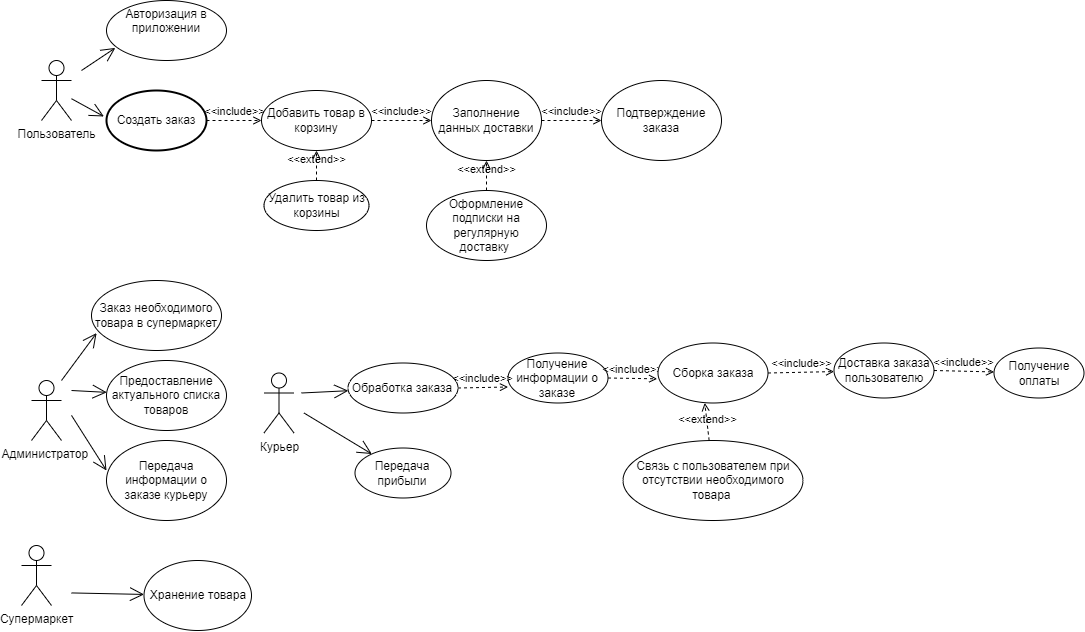
This is Диаграммы/UseCase.png from annanaseek/TP-4.1-1, a draw.io export, as it was before one commit. Source tidied: cells renumbered, new cells last; positions are measured from the earlier drawing's top-left corner, leaving out a move shared by most shapes.
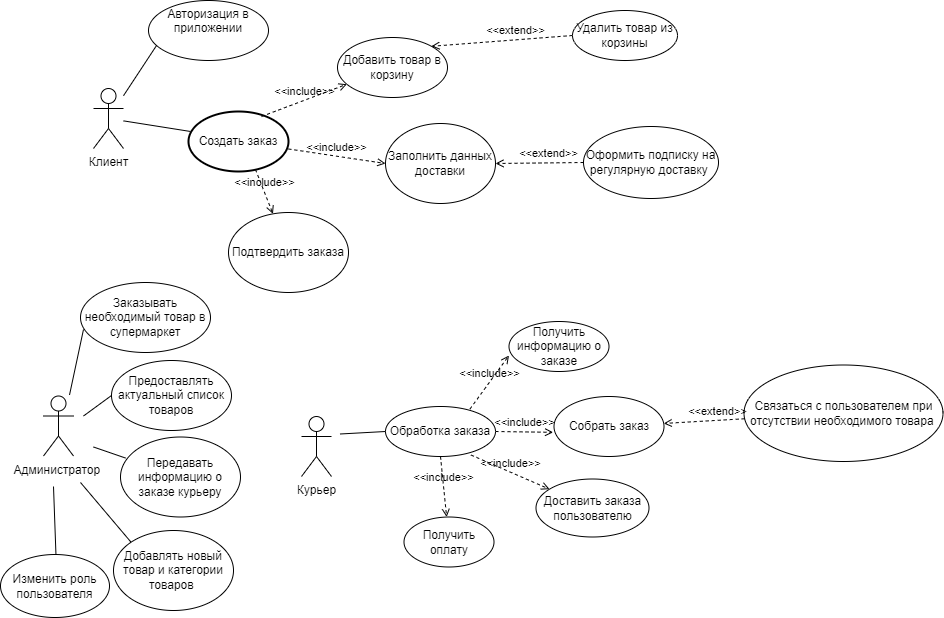
The same diagram one commit later.

Commit message:
Добавление диаграмм

The edit, as a diff of the source:
```diff
@@ -2,139 +2,135 @@
   <root>
     <mxCell id="0" />
     <mxCell id="1" parent="0" />
-    <mxCell id="2" value="Пользователь" style="shape=umlActor;verticalLabelPosition=bottom;verticalAlign=top;html=1;outlineConnect=0;" parent="1" vertex="1">
-      <mxGeometry x="20" y="60" width="30" height="60" as="geometry" />
+    <mxCell id="2" value="Клиент" style="shape=umlActor;verticalLabelPosition=bottom;verticalAlign=top;html=1;outlineConnect=0;" parent="1" vertex="1">
+      <mxGeometry x="70" y="83" width="30" height="60" as="geometry" />
     </mxCell>
     <mxCell id="3" value="Администратор&amp;nbsp;" style="shape=umlActor;verticalLabelPosition=bottom;verticalAlign=top;html=1;" parent="1" vertex="1">
-      <mxGeometry x="10" y="380" width="30" height="60" as="geometry" />
+      <mxGeometry x="20" y="390.5" width="30" height="60" as="geometry" />
     </mxCell>
     <mxCell id="4" value="Авторизация в приложении" style="ellipse;whiteSpace=wrap;html=1;verticalAlign=top;" parent="1" vertex="1">
-      <mxGeometry x="85" width="120" height="60" as="geometry" />
+      <mxGeometry x="125" y="-5" width="120" height="60" as="geometry" />
     </mxCell>
-    <mxCell id="5" style="endArrow=open;endFill=1;endSize=12;html=1;rounded=0;entryX=0.074;entryY=0.79;entryDx=0;entryDy=0;entryPerimeter=0;" parent="1" edge="1" target="4">
-      <mxGeometry relative="1" as="geometry">
-        <mxPoint x="60" y="70" as="sourcePoint" />
-      </mxGeometry>
-    </mxCell>
     <mxCell id="6" value="Создать заказ" style="strokeWidth=2;html=1;shape=mxgraph.flowchart.start_1;whiteSpace=wrap;" parent="1" vertex="1">
-      <mxGeometry x="85" y="90" width="100" height="60" as="geometry" />
+      <mxGeometry x="165" y="106" width="100" height="60" as="geometry" />
     </mxCell>
-    <mxCell id="7" style="endArrow=open;endFill=1;endSize=12;html=1;rounded=0;entryX=-0.026;entryY=0.433;entryDx=0;entryDy=0;entryPerimeter=0;" parent="1" edge="1" source="2" target="6">
-      <mxGeometry relative="1" as="geometry" />
-    </mxCell>
-    <mxCell id="8" value="&amp;lt;&amp;lt;include&amp;gt;&amp;gt;" style="html=1;verticalAlign=bottom;labelBackgroundColor=none;endArrow=open;endFill=0;dashed=1;rounded=0;exitX=1;exitY=0.5;exitDx=0;exitDy=0;exitPerimeter=0;" parent="1" edge="1" source="6" target="9">
+    <mxCell id="8" value="&amp;lt;&amp;lt;include&amp;gt;&amp;gt;" style="html=1;verticalAlign=bottom;labelBackgroundColor=none;endArrow=open;endFill=0;dashed=1;rounded=0;exitX=0.73;exitY=0.083;exitDx=0;exitDy=0;exitPerimeter=0;" parent="1" edge="1" source="6" target="9">
       <mxGeometry relative="1" as="geometry" />
     </mxCell>
     <mxCell id="9" value="Добавить товар в корзину" style="ellipse;whiteSpace=wrap;html=1;" parent="1" vertex="1">
-      <mxGeometry x="240" y="90" width="110" height="60" as="geometry" />
+      <mxGeometry x="314" y="32" width="110" height="60" as="geometry" />
     </mxCell>
-    <mxCell id="10" value="&amp;lt;&amp;lt;extend&amp;gt;&amp;gt;" style="html=1;verticalAlign=bottom;labelBackgroundColor=none;endArrow=open;endFill=0;dashed=1;rounded=0;exitX=0.5;exitY=0;exitDx=0;exitDy=0;entryX=0.5;entryY=1;entryDx=0;entryDy=0;" parent="1" edge="1" source="11" target="9">
+    <mxCell id="10" value="&amp;lt;&amp;lt;extend&amp;gt;&amp;gt;" style="html=1;verticalAlign=bottom;labelBackgroundColor=none;endArrow=open;endFill=0;dashed=1;rounded=0;entryX=1;entryY=0;entryDx=0;entryDy=0;exitX=0;exitY=0.5;exitDx=0;exitDy=0;" parent="1" edge="1" source="11" target="9">
       <mxGeometry x="-0.2" relative="1" as="geometry" />
     </mxCell>
     <mxCell id="11" value="Удалить товар из корзины" style="ellipse;whiteSpace=wrap;html=1;" parent="1" vertex="1">
-      <mxGeometry x="242.5" y="180" width="105" height="50" as="geometry" />
+      <mxGeometry x="549" y="5" width="105" height="50" as="geometry" />
     </mxCell>
-    <mxCell id="12" value="&amp;lt;&amp;lt;include&amp;gt;&amp;gt;" style="html=1;verticalAlign=bottom;labelBackgroundColor=none;endArrow=open;endFill=0;dashed=1;rounded=0;exitX=1;exitY=0.5;exitDx=0;exitDy=0;entryX=0;entryY=0.5;entryDx=0;entryDy=0;" parent="1" edge="1" source="9" target="13">
+    <mxCell id="12" value="&amp;lt;&amp;lt;include&amp;gt;&amp;gt;" style="html=1;verticalAlign=bottom;labelBackgroundColor=none;endArrow=open;endFill=0;dashed=1;rounded=0;entryX=0;entryY=0.5;entryDx=0;entryDy=0;" parent="1" edge="1" source="6" target="13">
       <mxGeometry relative="1" as="geometry" />
     </mxCell>
-    <mxCell id="13" value="Заполнение данных доставки" style="ellipse;whiteSpace=wrap;html=1;" parent="1" vertex="1">
-      <mxGeometry x="410" y="80" width="110" height="80" as="geometry" />
+    <mxCell id="13" value="Заполнить данных доставки" style="ellipse;whiteSpace=wrap;html=1;" parent="1" vertex="1">
+      <mxGeometry x="362" y="118" width="110" height="80" as="geometry" />
     </mxCell>
-    <mxCell id="14" value="Оформление подписки на регулярную доставку&amp;nbsp;" style="ellipse;whiteSpace=wrap;html=1;" parent="1" vertex="1">
-      <mxGeometry x="405" y="190" width="120" height="70" as="geometry" />
+    <mxCell id="14" value="Оформить подписку на регулярную доставку&amp;nbsp;" style="ellipse;whiteSpace=wrap;html=1;" parent="1" vertex="1">
+      <mxGeometry x="560" y="121" width="135" height="72" as="geometry" />
     </mxCell>
-    <mxCell id="15" value="&amp;lt;&amp;lt;extend&amp;gt;&amp;gt;" style="html=1;verticalAlign=bottom;labelBackgroundColor=none;endArrow=open;endFill=0;dashed=1;rounded=0;exitX=0.5;exitY=0;exitDx=0;exitDy=0;entryX=0.5;entryY=1;entryDx=0;entryDy=0;" parent="1" edge="1" source="14" target="13">
+    <mxCell id="15" value="&amp;lt;&amp;lt;extend&amp;gt;&amp;gt;" style="html=1;verticalAlign=bottom;labelBackgroundColor=none;endArrow=open;endFill=0;dashed=1;rounded=0;exitX=0;exitY=0.5;exitDx=0;exitDy=0;entryX=1;entryY=0.5;entryDx=0;entryDy=0;" parent="1" edge="1" source="14" target="13">
       <mxGeometry x="-0.2" relative="1" as="geometry" />
     </mxCell>
-    <mxCell id="16" value="Подтверждение заказа" style="ellipse;whiteSpace=wrap;html=1;" parent="1" vertex="1">
-      <mxGeometry x="580" y="80" width="120" height="80" as="geometry" />
+    <mxCell id="16" value="Подтвердить заказа" style="ellipse;whiteSpace=wrap;html=1;" parent="1" vertex="1">
+      <mxGeometry x="205" y="207" width="120" height="80" as="geometry" />
     </mxCell>
-    <mxCell id="17" value="&amp;lt;&amp;lt;include&amp;gt;&amp;gt;" style="html=1;verticalAlign=bottom;labelBackgroundColor=none;endArrow=open;endFill=0;dashed=1;rounded=0;exitX=1;exitY=0.5;exitDx=0;exitDy=0;entryX=0;entryY=0.5;entryDx=0;entryDy=0;" parent="1" edge="1" source="13" target="16">
+    <mxCell id="17" value="&amp;lt;&amp;lt;include&amp;gt;&amp;gt;" style="html=1;verticalAlign=bottom;labelBackgroundColor=none;endArrow=open;endFill=0;dashed=1;rounded=0;exitX=0.67;exitY=0.967;exitDx=0;exitDy=0;exitPerimeter=0;" parent="1" edge="1" source="6" target="16">
       <mxGeometry relative="1" as="geometry" />
     </mxCell>
-    <mxCell id="18" value="Предоставление актуального списка товаров" style="ellipse;whiteSpace=wrap;html=1;" parent="1" vertex="1">
-      <mxGeometry x="85" y="360" width="120" height="70" as="geometry" />
+    <mxCell id="18" value="Предоставлять актуальный список товаров" style="ellipse;whiteSpace=wrap;html=1;" parent="1" vertex="1">
+      <mxGeometry x="88" y="355" width="120" height="70" as="geometry" />
     </mxCell>
-    <mxCell id="19" style="endArrow=open;endFill=1;endSize=12;html=1;rounded=0;" parent="1" edge="1" target="18">
-      <mxGeometry relative="1" as="geometry">
-        <mxPoint x="50" y="390" as="sourcePoint" />
-      </mxGeometry>
-    </mxCell>
-    <mxCell id="20" value="Передача информации о заказе курьеру" style="ellipse;whiteSpace=wrap;html=1;" parent="1" vertex="1">
-      <mxGeometry x="85" y="440" width="120" height="80" as="geometry" />
+    <mxCell id="20" value="Передавать информацию о заказе курьеру" style="ellipse;whiteSpace=wrap;html=1;" parent="1" vertex="1">
+      <mxGeometry x="97" y="431.5" width="120" height="80" as="geometry" />
     </mxCell>
-    <mxCell id="21" style="endArrow=open;endFill=1;endSize=12;html=1;rounded=0;entryX=0;entryY=0.375;entryDx=0;entryDy=0;entryPerimeter=0;" parent="1" edge="1" target="20">
-      <mxGeometry relative="1" as="geometry">
-        <mxPoint x="50" y="414.9" as="sourcePoint" />
-      </mxGeometry>
-    </mxCell>
-    <mxCell id="22" value="Заказ необходимого товара в супермаркет" style="ellipse;whiteSpace=wrap;html=1;" parent="1" vertex="1">
-      <mxGeometry x="70" y="280" width="130" height="70" as="geometry" />
+    <mxCell id="22" value="Заказывать необходимый товар в супермаркет" style="ellipse;whiteSpace=wrap;html=1;" parent="1" vertex="1">
+      <mxGeometry x="57" y="277" width="130" height="70" as="geometry" />
     </mxCell>
-    <mxCell id="23" style="endArrow=open;endFill=1;endSize=12;html=1;rounded=0;entryX=0.039;entryY=0.751;entryDx=0;entryDy=0;entryPerimeter=0;" parent="1" edge="1" target="22">
-      <mxGeometry relative="1" as="geometry">
-        <mxPoint x="40" y="380" as="sourcePoint" />
-      </mxGeometry>
-    </mxCell>
     <mxCell id="24" value="Курьер" style="shape=umlActor;verticalLabelPosition=bottom;verticalAlign=top;html=1;" parent="1" vertex="1">
-      <mxGeometry x="242.5" y="372.5" width="30" height="60" as="geometry" />
+      <mxGeometry x="278" y="411" width="30" height="60" as="geometry" />
     </mxCell>
-    <mxCell id="25" style="endArrow=open;endFill=1;endSize=12;html=1;rounded=0;" parent="1" edge="1" target="31">
-      <mxGeometry relative="1" as="geometry">
-        <mxPoint x="280" y="392.5" as="sourcePoint" />
-      </mxGeometry>
-    </mxCell>
-    <mxCell id="26" value="Получение информации о заказе" style="ellipse;whiteSpace=wrap;html=1;" parent="1" vertex="1">
-      <mxGeometry x="486.5" y="352.5" width="100" height="50" as="geometry" />
+    <mxCell id="26" value="Получить информацию о заказе" style="ellipse;whiteSpace=wrap;html=1;" parent="1" vertex="1">
+      <mxGeometry x="485.5" y="316" width="100" height="50" as="geometry" />
     </mxCell>
-    <mxCell id="27" value="&amp;lt;&amp;lt;include&amp;gt;&amp;gt;" style="html=1;verticalAlign=bottom;labelBackgroundColor=none;endArrow=open;endFill=0;dashed=1;rounded=0;exitX=1;exitY=0.5;exitDx=0;exitDy=0;entryX=-0.008;entryY=0.597;entryDx=0;entryDy=0;entryPerimeter=0;" parent="1" edge="1" source="26" target="28">
+    <mxCell id="27" value="&amp;lt;&amp;lt;include&amp;gt;&amp;gt;" style="html=1;verticalAlign=bottom;labelBackgroundColor=none;endArrow=open;endFill=0;dashed=1;rounded=0;exitX=1;exitY=0.5;exitDx=0;exitDy=0;entryX=-0.008;entryY=0.597;entryDx=0;entryDy=0;entryPerimeter=0;" parent="1" edge="1" source="31" target="28">
       <mxGeometry relative="1" as="geometry" />
     </mxCell>
-    <mxCell id="28" value="Сборка заказа" style="ellipse;whiteSpace=wrap;html=1;" parent="1" vertex="1">
-      <mxGeometry x="636.5" y="342.5" width="110" height="60" as="geometry" />
+    <mxCell id="28" value="Собрать заказ" style="ellipse;whiteSpace=wrap;html=1;" parent="1" vertex="1">
+      <mxGeometry x="530.5" y="391" width="110" height="60" as="geometry" />
     </mxCell>
-    <mxCell id="29" value="Связь с пользователем при отсутствии необходимого товара&amp;nbsp;" style="ellipse;whiteSpace=wrap;html=1;" parent="1" vertex="1">
-      <mxGeometry x="601.5" y="440" width="180" height="80" as="geometry" />
+    <mxCell id="29" value="Связаться с пользователем при отсутствии необходимого товара&amp;nbsp;" style="ellipse;whiteSpace=wrap;html=1;" parent="1" vertex="1">
+      <mxGeometry x="720.5" y="359.5" width="199" height="96.5" as="geometry" />
     </mxCell>
-    <mxCell id="30" value="&amp;lt;&amp;lt;extend&amp;gt;&amp;gt;" style="html=1;verticalAlign=bottom;labelBackgroundColor=none;endArrow=open;endFill=0;dashed=1;rounded=0;entryX=0.425;entryY=0.999;entryDx=0;entryDy=0;entryPerimeter=0;" parent="1" edge="1" source="29" target="28">
+    <mxCell id="30" value="&amp;lt;&amp;lt;extend&amp;gt;&amp;gt;" style="html=1;verticalAlign=bottom;labelBackgroundColor=none;endArrow=open;endFill=0;dashed=1;rounded=0;" parent="1" edge="1" source="29" target="28">
       <mxGeometry x="-0.33" relative="1" as="geometry" />
     </mxCell>
     <mxCell id="31" value="Обработка заказа" style="ellipse;whiteSpace=wrap;html=1;" parent="1" vertex="1">
-      <mxGeometry x="326.5" y="362.5" width="110" height="50" as="geometry" />
+      <mxGeometry x="362" y="401" width="110" height="50" as="geometry" />
     </mxCell>
-    <mxCell id="32" value="&amp;lt;&amp;lt;include&amp;gt;&amp;gt;" style="html=1;verticalAlign=bottom;labelBackgroundColor=none;endArrow=open;endFill=0;dashed=1;rounded=0;exitX=1;exitY=0.5;exitDx=0;exitDy=0;entryX=0;entryY=0.68;entryDx=0;entryDy=0;entryPerimeter=0;" parent="1" edge="1" source="31" target="26">
+    <mxCell id="32" value="&amp;lt;&amp;lt;include&amp;gt;&amp;gt;" style="html=1;verticalAlign=bottom;labelBackgroundColor=none;endArrow=open;endFill=0;dashed=1;rounded=0;exitX=0.768;exitY=0.05;exitDx=0;exitDy=0;entryX=0;entryY=0.68;entryDx=0;entryDy=0;entryPerimeter=0;exitPerimeter=0;" parent="1" edge="1" source="31" target="26">
       <mxGeometry relative="1" as="geometry" />
     </mxCell>
-    <mxCell id="33" value="&amp;lt;&amp;lt;include&amp;gt;&amp;gt;" style="html=1;verticalAlign=bottom;labelBackgroundColor=none;endArrow=open;endFill=0;dashed=1;rounded=0;exitX=1;exitY=0.5;exitDx=0;exitDy=0;" parent="1" edge="1" source="28" target="34">
+    <mxCell id="33" value="&amp;lt;&amp;lt;include&amp;gt;&amp;gt;" style="html=1;verticalAlign=bottom;labelBackgroundColor=none;endArrow=open;endFill=0;dashed=1;rounded=0;exitX=0.777;exitY=0.97;exitDx=0;exitDy=0;exitPerimeter=0;" parent="1" edge="1" source="31" target="34">
       <mxGeometry relative="1" as="geometry" />
     </mxCell>
-    <mxCell id="34" value="Доставка заказа пользователю" style="ellipse;whiteSpace=wrap;html=1;" parent="1" vertex="1">
-      <mxGeometry x="812.5" y="342.5" width="100" height="55" as="geometry" />
+    <mxCell id="34" value="Доставить заказа пользователю" style="ellipse;whiteSpace=wrap;html=1;" parent="1" vertex="1">
+      <mxGeometry x="512.5" y="473.5" width="113" height="58" as="geometry" />
     </mxCell>
-    <mxCell id="35" value="&amp;lt;&amp;lt;include&amp;gt;&amp;gt;" style="html=1;verticalAlign=bottom;labelBackgroundColor=none;endArrow=open;endFill=0;dashed=1;rounded=0;exitX=1;exitY=0.5;exitDx=0;exitDy=0;" parent="1" edge="1" source="34" target="36">
+    <mxCell id="35" value="&amp;lt;&amp;lt;include&amp;gt;&amp;gt;" style="html=1;verticalAlign=bottom;labelBackgroundColor=none;endArrow=open;endFill=0;dashed=1;rounded=0;exitX=0.5;exitY=1;exitDx=0;exitDy=0;" parent="1" edge="1" source="31" target="36">
       <mxGeometry relative="1" as="geometry" />
     </mxCell>
-    <mxCell id="36" value="Получение оплаты" style="ellipse;whiteSpace=wrap;html=1;" parent="1" vertex="1">
-      <mxGeometry x="972.5" y="347.5" width="90" height="50" as="geometry" />
+    <mxCell id="36" value="Получить оплату" style="ellipse;whiteSpace=wrap;html=1;" parent="1" vertex="1">
+      <mxGeometry x="380.5" y="511.5" width="90" height="50" as="geometry" />
     </mxCell>
-    <mxCell id="37" style="endArrow=open;endFill=1;endSize=12;html=1;rounded=0;" parent="1" edge="1" target="38">
-      <mxGeometry relative="1" as="geometry">
-        <mxPoint x="282.5" y="412.5" as="sourcePoint" />
-      </mxGeometry>
-    </mxCell>
-    <mxCell id="38" value="Передача прибыли" style="ellipse;whiteSpace=wrap;html=1;" parent="1" vertex="1">
-      <mxGeometry x="333.5" y="447.5" width="96" height="50" as="geometry" />
-    </mxCell>
-    <mxCell id="39" value="Супермаркет" style="shape=umlActor;verticalLabelPosition=bottom;verticalAlign=top;html=1;" parent="1" vertex="1">
-      <mxGeometry y="545" width="30" height="60" as="geometry" />
-    </mxCell>
-    <mxCell id="40" style="endArrow=open;endFill=1;endSize=12;html=1;rounded=0;" parent="1" edge="1" target="41">
-      <mxGeometry relative="1" as="geometry">
-        <mxPoint x="50" y="592.4" as="sourcePoint" />
-      </mxGeometry>
-    </mxCell>
-    <mxCell id="41" value="Хранение товара" style="ellipse;whiteSpace=wrap;html=1;" parent="1" vertex="1">
-      <mxGeometry x="122.5" y="560" width="107.5" height="70" as="geometry" />
-    </mxCell>
+    <mxCell id="42" style="endArrow=none;html=1;rounded=0;entryX=0.067;entryY=0.75;entryDx=0;entryDy=0;entryPerimeter=0;" parent="1" edge="1" source="2" target="4">
+      <mxGeometry relative="1" as="geometry" />
+    </mxCell>
+    <mxCell id="7" style="endArrow=none;html=1;rounded=0;entryX=0.02;entryY=0.333;entryDx=0;entryDy=0;entryPerimeter=0;" parent="1" edge="1" source="2" target="6">
+      <mxGeometry relative="1" as="geometry" />
+    </mxCell>
+    <mxCell id="43" style="endArrow=none;html=1;rounded=0;entryX=0.023;entryY=0.671;entryDx=0;entryDy=0;entryPerimeter=0;" parent="1" edge="1" target="22">
+      <mxGeometry relative="1" as="geometry">
+        <mxPoint x="46" y="389.5" as="sourcePoint" />
+      </mxGeometry>
+    </mxCell>
+    <mxCell id="44" style="endArrow=none;html=1;rounded=0;entryX=0;entryY=0.5;entryDx=0;entryDy=0;" parent="1" edge="1" target="18">
+      <mxGeometry relative="1" as="geometry">
+        <mxPoint x="60" y="410.5" as="sourcePoint" />
+      </mxGeometry>
+    </mxCell>
+    <mxCell id="45" style="endArrow=none;html=1;rounded=0;entryX=0.042;entryY=0.263;entryDx=0;entryDy=0;entryPerimeter=0;" parent="1" edge="1" target="20">
+      <mxGeometry relative="1" as="geometry">
+        <mxPoint x="70" y="441.5" as="sourcePoint" />
+      </mxGeometry>
+    </mxCell>
+    <mxCell id="46" style="endArrow=none;html=1;rounded=0;entryX=0;entryY=0.5;entryDx=0;entryDy=0;" parent="1" edge="1" target="31">
+      <mxGeometry relative="1" as="geometry">
+        <mxPoint x="316.5" y="428.5" as="sourcePoint" />
+      </mxGeometry>
+    </mxCell>
+    <mxCell id="47" style="endArrow=none;html=1;rounded=0;entryX=0;entryY=0;entryDx=0;entryDy=0;" parent="1" edge="1" target="48">
+      <mxGeometry relative="1" as="geometry">
+        <mxPoint x="57" y="477" as="sourcePoint" />
+      </mxGeometry>
+    </mxCell>
+    <mxCell id="48" value="Добавлять новый товар и категории товаров&amp;nbsp;" style="ellipse;whiteSpace=wrap;html=1;" parent="1" vertex="1">
+      <mxGeometry x="90" y="525" width="120" height="80" as="geometry" />
+    </mxCell>
+    <mxCell id="49" style="endArrow=none;html=1;rounded=0;exitX=0.408;exitY=0;exitDx=0;exitDy=0;exitPerimeter=0;" parent="1" edge="1">
+      <mxGeometry relative="1" as="geometry">
+        <mxPoint x="34.5" y="605" as="sourcePoint" />
+        <mxPoint x="30" y="481" as="targetPoint" />
+      </mxGeometry>
+    </mxCell>
+    <mxCell id="50" value="Изменить роль пользователя" style="ellipse;whiteSpace=wrap;html=1;" parent="1" vertex="1">
+      <mxGeometry x="-23" y="549" width="109" height="63" as="geometry" />
+    </mxCell>
   </root>
 </mxGraphModel>
```
